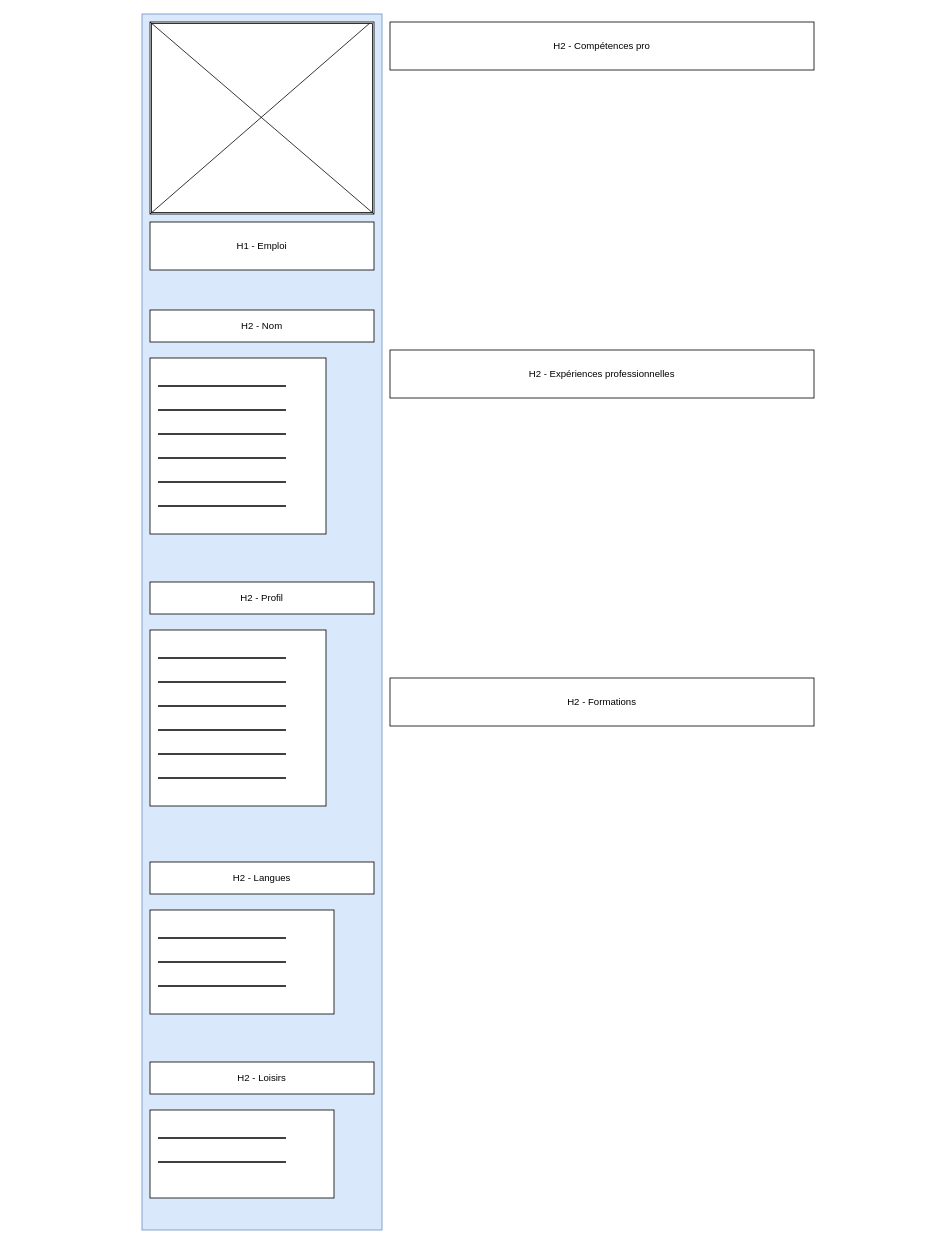
The draw.io diagram cv.drawio in feliciencorbat/wireframe_cv_bootstrap, before the edit. Source tidied: cells renumbered, new cells numbered last; positions are measured from the earlier drawing's top-left corner, leaving out a move shared by most shapes. Both pictures are drawn from the tidied source at 80%, with x=0, y=0 at pixel (142, 14).
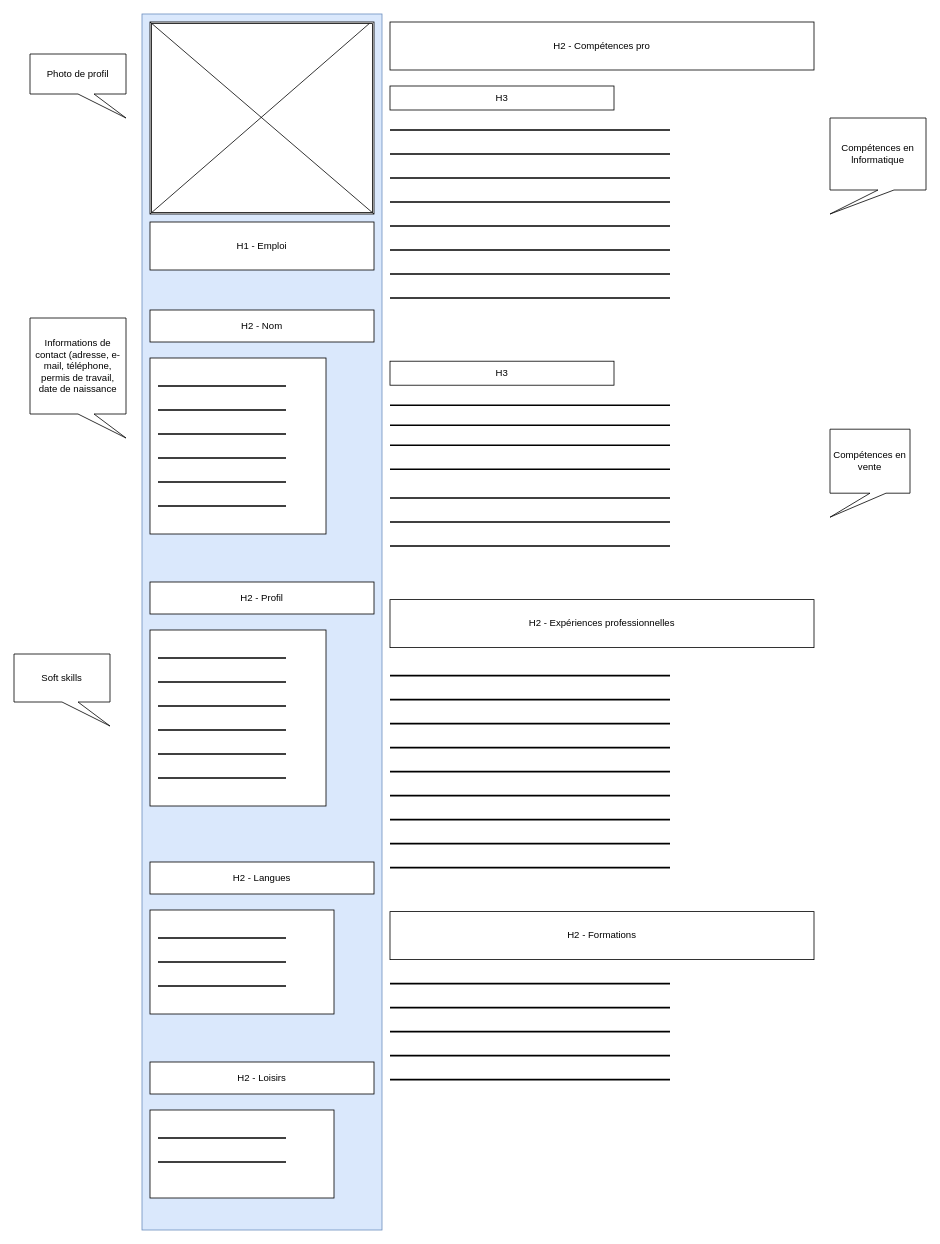
Above is the later version.

The edit, as a diff of the source:
```diff
@@
     <mxCell id="14" value="H2 - Expériences professionnelles" style="rounded=0;whiteSpace=wrap;html=1;" parent="1" vertex="1">
-      <mxGeometry x="310" y="420" width="530" height="60" as="geometry" />
+      <mxGeometry x="310" y="732" width="530" height="60" as="geometry" />
     </mxCell>
     <mxCell id="15" value="H2 - Formations" style="rounded=0;whiteSpace=wrap;html=1;" parent="1" vertex="1">
-      <mxGeometry x="310" y="830" width="530" height="60" as="geometry" />
+      <mxGeometry x="310" y="1122" width="530" height="60" as="geometry" />
     </mxCell>
@@
+    <mxCell id="36" value="Photo de profil" style="shape=callout;whiteSpace=wrap;html=1;perimeter=calloutPerimeter;position2=1;" parent="1" vertex="1">
+      <mxGeometry x="-140" y="50" width="120" height="80" as="geometry" />
+    </mxCell>
+    <mxCell id="37" value="Informations de contact (adresse, e-mail, téléphone, permis de travail, date de naissance" style="shape=callout;whiteSpace=wrap;html=1;perimeter=calloutPerimeter;position2=1;" parent="1" vertex="1">
+      <mxGeometry x="-140" y="380" width="120" height="150" as="geometry" />
+    </mxCell>
+    <mxCell id="38" value="Soft skills" style="shape=callout;whiteSpace=wrap;html=1;perimeter=calloutPerimeter;position2=1;" parent="1" vertex="1">
+      <mxGeometry x="-160" y="800" width="120" height="90" as="geometry" />
+    </mxCell>
+    <mxCell id="39" value="H3" style="rounded=0;whiteSpace=wrap;html=1;" parent="1" vertex="1">
+      <mxGeometry x="310" y="90" width="280" height="30" as="geometry" />
+    </mxCell>
+    <mxCell id="40" value="H3" style="rounded=0;whiteSpace=wrap;html=1;" parent="1" vertex="1">
+      <mxGeometry x="310" y="434" width="280" height="30" as="geometry" />
+    </mxCell>
+    <mxCell id="41" style="line;strokeWidth=2;html=1;" parent="1" vertex="1">
+      <mxGeometry x="310" y="170" width="350" height="10" as="geometry" />
+    </mxCell>
+    <mxCell id="42" style="line;strokeWidth=2;html=1;" parent="1" vertex="1">
+      <mxGeometry x="310" y="140" width="350" height="10" as="geometry" />
+    </mxCell>
+    <mxCell id="43" style="line;strokeWidth=2;html=1;" parent="1" vertex="1">
+      <mxGeometry x="310" y="200" width="350" height="10" as="geometry" />
+    </mxCell>
+    <mxCell id="44" style="line;strokeWidth=2;html=1;" parent="1" vertex="1">
+      <mxGeometry x="310" y="230" width="350" height="10" as="geometry" />
+    </mxCell>
+    <mxCell id="45" style="line;strokeWidth=2;html=1;" parent="1" vertex="1">
+      <mxGeometry x="310" y="260" width="350" height="10" as="geometry" />
+    </mxCell>
+    <mxCell id="46" value="Compétences en lnformatique" style="shape=callout;whiteSpace=wrap;html=1;perimeter=calloutPerimeter;position2=0;" parent="1" vertex="1">
+      <mxGeometry x="860" y="130" width="120" height="120" as="geometry" />
+    </mxCell>
+    <mxCell id="47" value="Compétences en vente" style="shape=callout;whiteSpace=wrap;html=1;perimeter=calloutPerimeter;position2=0;" parent="1" vertex="1">
+      <mxGeometry x="860" y="519" width="100" height="110" as="geometry" />
+    </mxCell>
+    <mxCell id="48" style="line;strokeWidth=2;html=1;" parent="1" vertex="1">
+      <mxGeometry x="310" y="484" width="350" height="10" as="geometry" />
+    </mxCell>
+    <mxCell id="49" style="line;strokeWidth=2;html=1;" parent="1" vertex="1">
+      <mxGeometry x="310" y="509" width="350" height="10" as="geometry" />
+    </mxCell>
+    <mxCell id="50" style="line;strokeWidth=2;html=1;" parent="1" vertex="1">
+      <mxGeometry x="310" y="822" width="350" height="10" as="geometry" />
+    </mxCell>
+    <mxCell id="51" style="line;strokeWidth=2;html=1;" parent="1" vertex="1">
+      <mxGeometry x="310" y="852" width="350" height="10" as="geometry" />
+    </mxCell>
+    <mxCell id="52" style="line;strokeWidth=2;html=1;" parent="1" vertex="1">
+      <mxGeometry x="310" y="882" width="350" height="10" as="geometry" />
+    </mxCell>
+    <mxCell id="53" style="line;strokeWidth=2;html=1;" parent="1" vertex="1">
+      <mxGeometry x="310" y="912" width="350" height="10" as="geometry" />
+    </mxCell>
+    <mxCell id="54" style="line;strokeWidth=2;html=1;" parent="1" vertex="1">
+      <mxGeometry x="310" y="942" width="350" height="10" as="geometry" />
+    </mxCell>
+    <mxCell id="55" style="line;strokeWidth=2;html=1;" parent="1" vertex="1">
+      <mxGeometry x="310" y="972" width="350" height="10" as="geometry" />
+    </mxCell>
+    <mxCell id="56" style="line;strokeWidth=2;html=1;" parent="1" vertex="1">
+      <mxGeometry x="310" y="1002" width="350" height="10" as="geometry" />
+    </mxCell>
+    <mxCell id="57" style="line;strokeWidth=2;html=1;" parent="1" vertex="1">
+      <mxGeometry x="310" y="1032" width="350" height="10" as="geometry" />
+    </mxCell>
+    <mxCell id="58" style="line;strokeWidth=2;html=1;" parent="1" vertex="1">
+      <mxGeometry x="310" y="1062" width="350" height="10" as="geometry" />
+    </mxCell>
+    <mxCell id="59" style="line;strokeWidth=2;html=1;" parent="1" vertex="1">
+      <mxGeometry x="310" y="534" width="350" height="10" as="geometry" />
+    </mxCell>
+    <mxCell id="60" style="line;strokeWidth=2;html=1;" parent="1" vertex="1">
+      <mxGeometry x="310" y="564" width="350" height="10" as="geometry" />
+    </mxCell>
+    <mxCell id="61" style="line;strokeWidth=2;html=1;" parent="1" vertex="1">
+      <mxGeometry x="310" y="1207" width="350" height="10" as="geometry" />
+    </mxCell>
+    <mxCell id="62" style="line;strokeWidth=2;html=1;" parent="1" vertex="1">
+      <mxGeometry x="310" y="1237" width="350" height="10" as="geometry" />
+    </mxCell>
+    <mxCell id="63" style="line;strokeWidth=2;html=1;" parent="1" vertex="1">
+      <mxGeometry x="310" y="1267" width="350" height="10" as="geometry" />
+    </mxCell>
+    <mxCell id="64" style="line;strokeWidth=2;html=1;" parent="1" vertex="1">
+      <mxGeometry x="310" y="1297" width="350" height="10" as="geometry" />
+    </mxCell>
+    <mxCell id="65" style="line;strokeWidth=2;html=1;" parent="1" vertex="1">
+      <mxGeometry x="310" y="1327" width="350" height="10" as="geometry" />
+    </mxCell>
+    <mxCell id="66" style="line;strokeWidth=2;html=1;" parent="1" vertex="1">
+      <mxGeometry x="310" y="600" width="350" height="10" as="geometry" />
+    </mxCell>
+    <mxCell id="67" style="line;strokeWidth=2;html=1;" parent="1" vertex="1">
+      <mxGeometry x="310" y="630" width="350" height="10" as="geometry" />
+    </mxCell>
+    <mxCell id="68" style="line;strokeWidth=2;html=1;" parent="1" vertex="1">
+      <mxGeometry x="310" y="660" width="350" height="10" as="geometry" />
+    </mxCell>
+    <mxCell id="69" style="line;strokeWidth=2;html=1;" parent="1" vertex="1">
+      <mxGeometry x="310" y="290" width="350" height="10" as="geometry" />
+    </mxCell>
+    <mxCell id="70" style="line;strokeWidth=2;html=1;" parent="1" vertex="1">
+      <mxGeometry x="310" y="320" width="350" height="10" as="geometry" />
+    </mxCell>
+    <mxCell id="71" style="line;strokeWidth=2;html=1;" parent="1" vertex="1">
+      <mxGeometry x="310" y="350" width="350" height="10" as="geometry" />
+    </mxCell>
```
